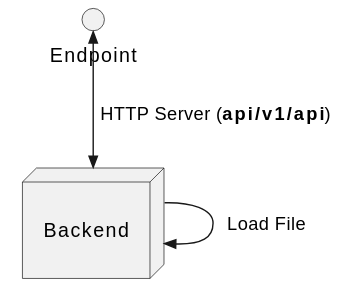
Before: docs/images/api-endpoint.svg, a diagram exported from PlantUML (ulbmuenster/dataasee). The source it was exported from:
```plantuml
@startuml
interface endpoint [
Endpoint
]

node backend [

Backend

]

endpoint <<-->> backend : " HTTP Server (<b>api/v1/api</b>)"
backend -->> backend : " Load File"
@enduml
```
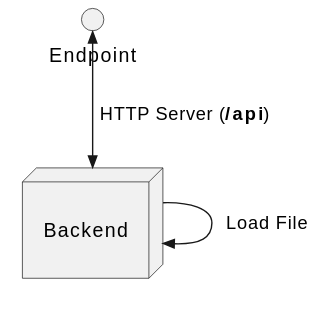
The same file after the commit.

Diff of the diagram source:
```diff
@@ -9,6 +9,6 @@
 
 ]
 
-endpoint <<-->> backend : " HTTP Server (<b>api/v1/api</b>)"
+endpoint <<-->> backend : " HTTP Server (<b>/api</b>)"
 backend -->> backend : " Load File"
 @enduml
```
